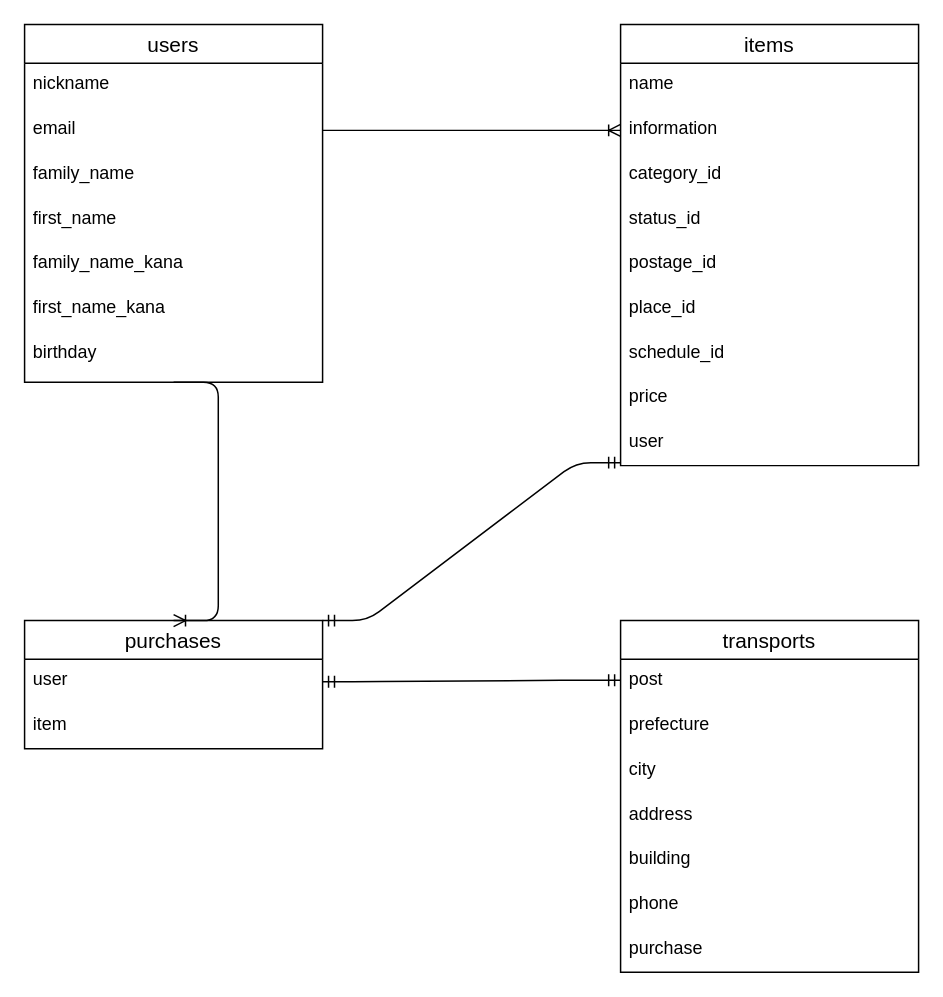
This is test.dio from LeBanner/furima-36423, a draw.io file, before an edit. Source tidied: cells renumbered, new cells numbered last; positions are measured from the earlier drawing's top-left corner, leaving out a move shared by most shapes. Both pictures are drawn from the tidied source at 149%, with x=0, y=0 at pixel (24, 24).
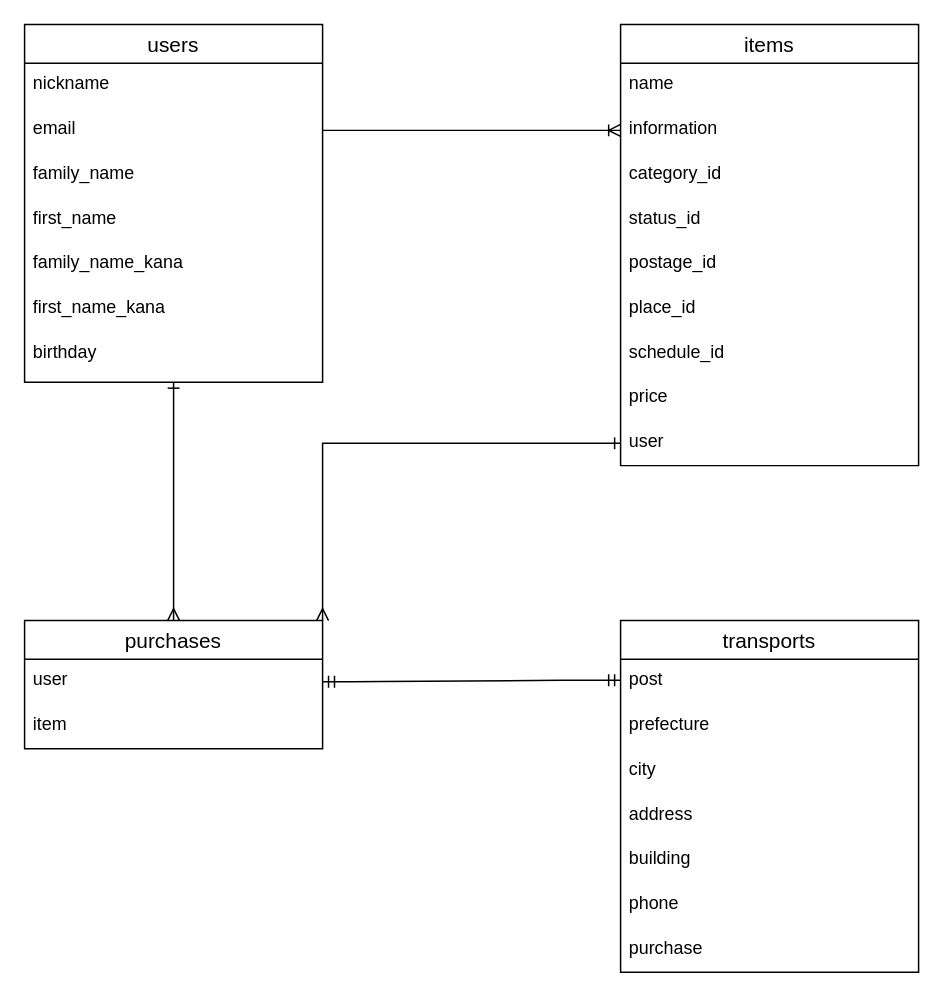
Above is the later version.

Commit message (it also covers changes not shown here):
データベース設計　修正

The change refers to these unchanged cells:
```xml
<mxCell id="2" value="users" style="swimlane;fontStyle=0;horizontal=1;startSize=26;align=center;fontSize=14;" parent="1" vertex="1">
  <mxGeometry width="200" height="240" as="geometry" />
</mxCell>
<mxCell id="19" value="user" style="text;strokeColor=none;fillColor=none;spacingLeft=4;spacingRight=4;overflow=hidden;points=[[0,0.5],[1,0.5]];portConstraint=eastwest;fontSize=12;" parent="10" vertex="1">
  <mxGeometry y="266" width="200" height="30" as="geometry" />
</mxCell>
<mxCell id="20" value="purchases" style="swimlane;fontStyle=0;horizontal=1;startSize=26;align=center;fontSize=14;" parent="1" vertex="1">
  <mxGeometry y="400" width="200" height="86" as="geometry" />
</mxCell>
```

Diff of the diagram source:
```diff
@@
+    <mxCell id="35" style="edgeStyle=orthogonalEdgeStyle;rounded=0;jettySize=auto;html=1;entryX=0.5;entryY=0;entryDx=0;entryDy=0;startArrow=ERone;startFill=0;endArrow=ERmany;endFill=0;" parent="1" edge="1" source="2" target="20">
+      <mxGeometry relative="1" as="geometry" />
+    </mxCell>
@@
-    <mxCell id="32" style="edgeStyle=entityRelationEdgeStyle;fontSize=12;html=1;endArrow=ERoneToMany;entryX=0.5;entryY=0;entryDx=0;entryDy=0;" parent="1" edge="1" target="20">
-      <mxGeometry relative="1" as="geometry">
-        <mxPoint x="100" y="240" as="sourcePoint" />
-      </mxGeometry>
-    </mxCell>
@@
-    <mxCell id="34" style="edgeStyle=entityRelationEdgeStyle;fontSize=12;html=1;endArrow=ERmandOne;startArrow=ERmandOne;exitX=1;exitY=0;exitDx=0;exitDy=0;" parent="1" edge="1" source="20">
-      <mxGeometry relative="1" as="geometry">
-        <mxPoint x="400" y="294" as="targetPoint" />
-      </mxGeometry>
-    </mxCell>
+    <mxCell id="36" style="edgeStyle=orthogonalEdgeStyle;rounded=0;jettySize=auto;html=1;entryX=1;entryY=0;entryDx=0;entryDy=0;startArrow=ERone;startFill=0;endArrow=ERmany;endFill=0;" parent="1" edge="1" source="19" target="20">
+      <mxGeometry relative="1" as="geometry" />
+    </mxCell>
```
